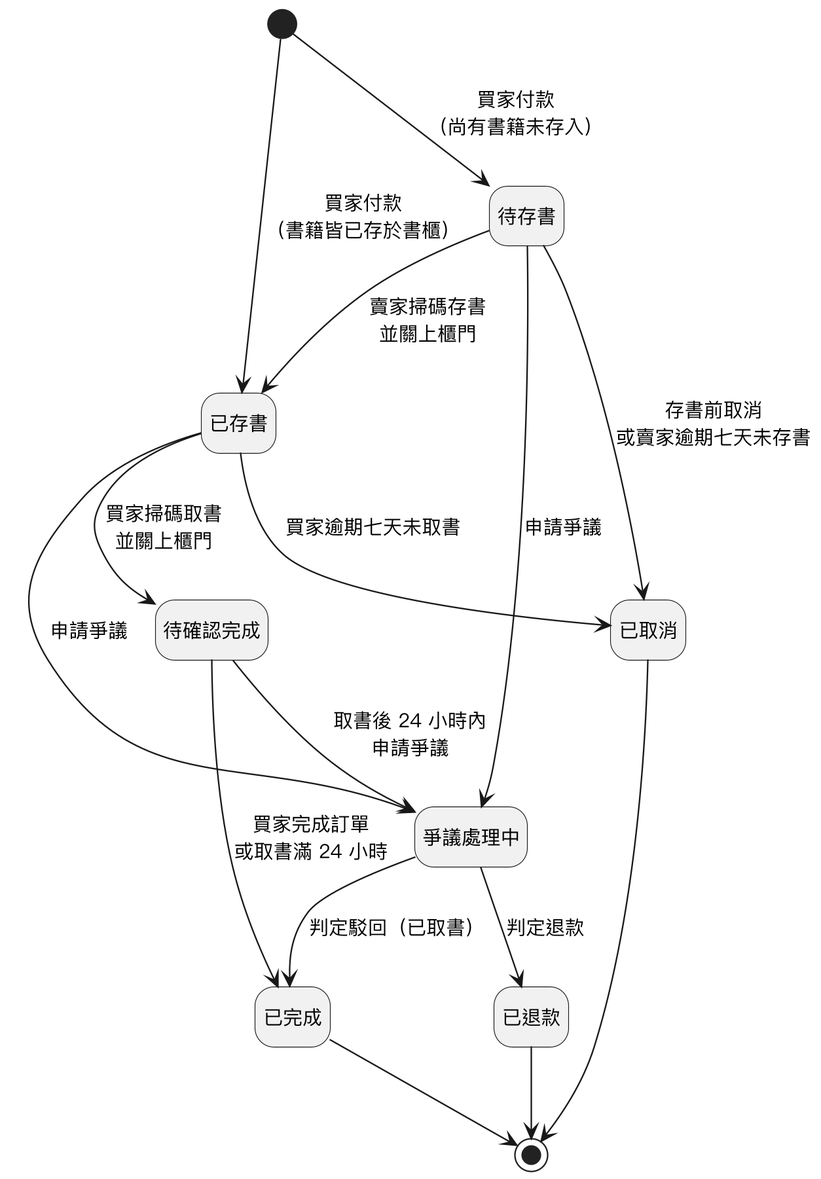
Before: Diagrams/State Machine/v3/state_orders.png, a diagram exported from PlantUML (SaveMyBook/SaveMyBook). Source of this version:
```plantuml
@startuml
skinparam monochrome true
skinparam shadowing false
skinparam dpi 220
skinparam defaultFontName "PingFang TC"
skinparam defaultFontSize 13
hide empty description

state 待存書
state 已存書
state 待確認完成
state 已完成
state 已取消
state 爭議處理中
state 已退款

[*] --> 待存書 : 買家付款\n（尚有書籍未存入）
[*] --> 已存書 : 買家付款\n（書籍皆已存於書櫃）
待存書 --> 已存書 : 賣家掃碼存書\n並關上櫃門
已存書 --> 待確認完成 : 買家掃碼取書\n並關上櫃門
待確認完成 --> 已完成 : 買家完成訂單\n或取書滿 24 小時
已完成 --> [*]

待存書 --> 已取消 : 存書前取消\n或賣家逾期七天未存書
已存書 --> 已取消 : 買家逾期七天未取書
已取消 --> [*]

待存書 --> 爭議處理中 : 申請爭議
已存書 --> 爭議處理中 : 申請爭議
待確認完成 --> 爭議處理中 : 取書後 24 小時內\n申請爭議
爭議處理中 --> 已退款 : 判定退款
爭議處理中 --> 已完成 : 判定駁回（已取書）
已退款 --> [*]
@enduml
```
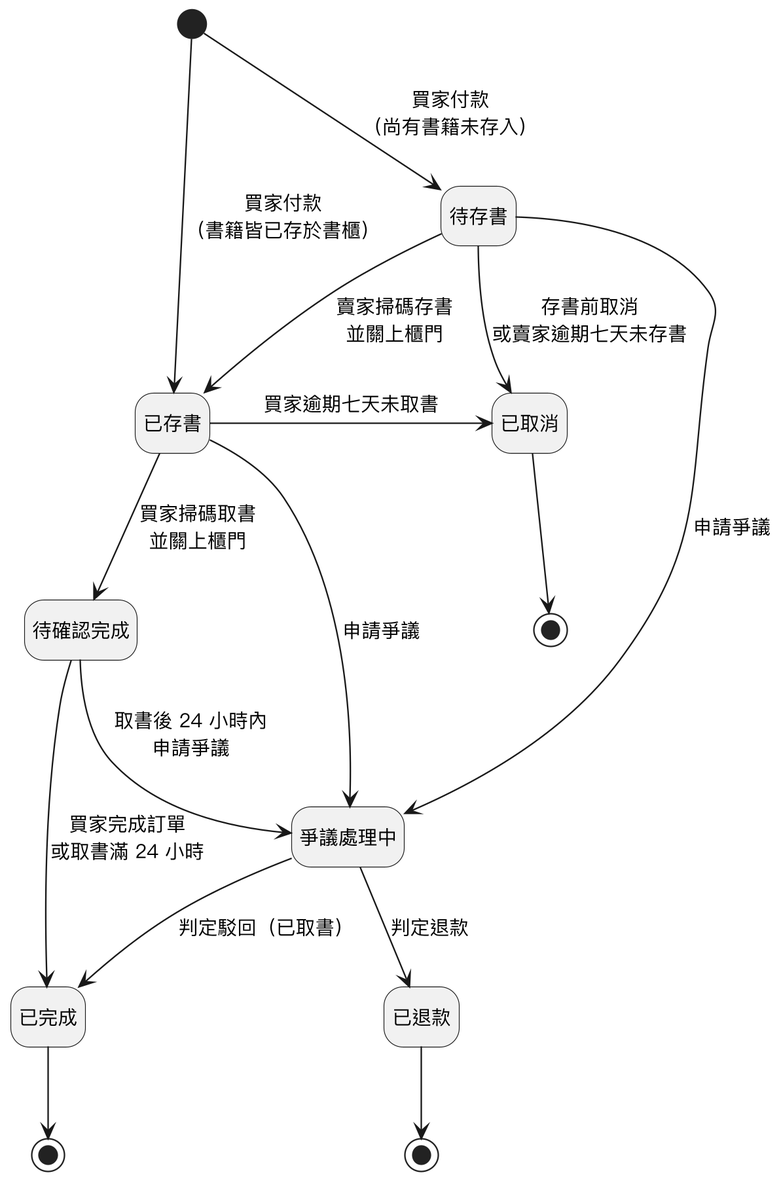
Later version of the same file.

Change to the diagram source:
```diff
@@ -5,6 +5,7 @@
 skinparam defaultFontName "PingFang TC"
 skinparam defaultFontSize 13
 hide empty description
+skinparam nodesep 70
 
 state 待存書
 state 已存書
@@ -13,22 +14,25 @@
 state 已取消
 state 爭議處理中
 state 已退款
+state 完成終點 <<end>>
+state 取消終點 <<end>>
+state 退款終點 <<end>>
 
 [*] --> 待存書 : 買家付款\n（尚有書籍未存入）
 [*] --> 已存書 : 買家付款\n（書籍皆已存於書櫃）
 待存書 --> 已存書 : 賣家掃碼存書\n並關上櫃門
 已存書 --> 待確認完成 : 買家掃碼取書\n並關上櫃門
 待確認完成 --> 已完成 : 買家完成訂單\n或取書滿 24 小時
-已完成 --> [*]
+已完成 --> 完成終點
 
 待存書 --> 已取消 : 存書前取消\n或賣家逾期七天未存書
-已存書 --> 已取消 : 買家逾期七天未取書
-已取消 --> [*]
+已存書 -right-> 已取消 : 買家逾期七天未取書
+已取消 --> 取消終點
 
 待存書 --> 爭議處理中 : 申請爭議
 已存書 --> 爭議處理中 : 申請爭議
 待確認完成 --> 爭議處理中 : 取書後 24 小時內\n申請爭議
 爭議處理中 --> 已退款 : 判定退款
 爭議處理中 --> 已完成 : 判定駁回（已取書）
-已退款 --> [*]
+已退款 --> 退款終點
 @enduml
```
